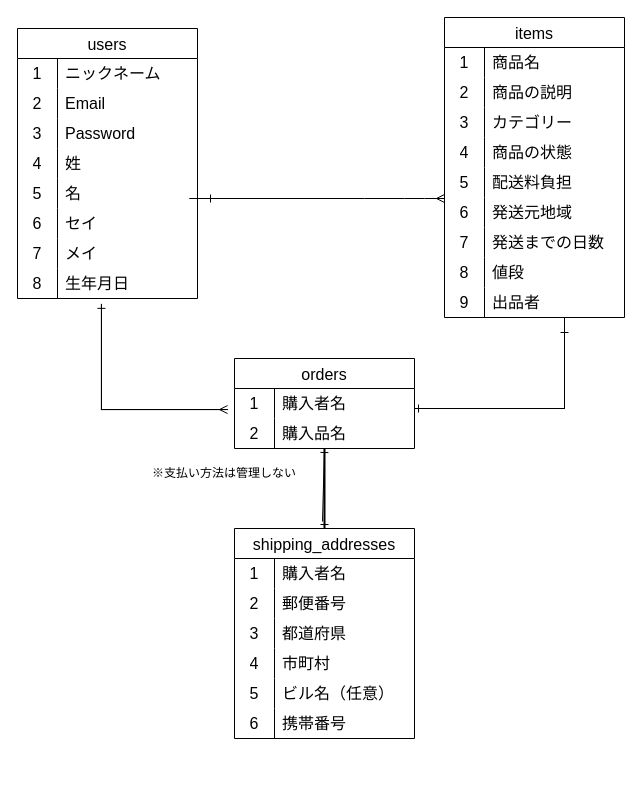
This is table.dio from MomonST/furima-42329, a draw.io file, before an edit. Source tidied: cells renumbered, new cells numbered last; positions are measured from the earlier drawing's top-left corner, leaving out a move shared by most shapes. Both pictures are drawn from the tidied source at 100%, with x=0, y=0 at pixel (17, 17).
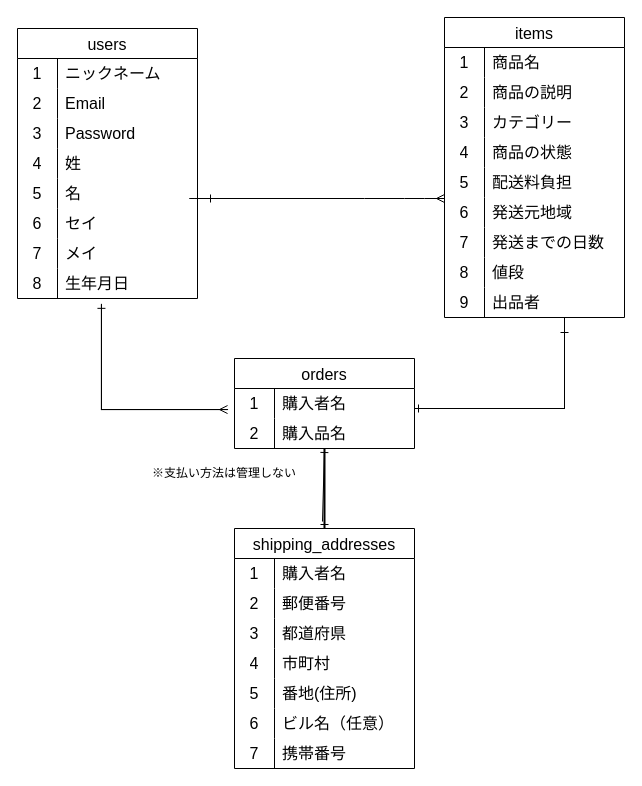
The same page after the edit.

Commit message (it also covers changes not shown here):
テーブル及びER図の修正(２)

The change refers to these unchanged cells:
```xml
<mxCell id="82" style="shape=tableRow;horizontal=0;startSize=0;swimlaneHead=0;swimlaneBody=0;top=0;left=0;bottom=0;right=0;fillColor=none;strokeColor=inherit;fontSize=16;" parent="69" vertex="1">
  <mxGeometry y="150" width="180" height="30" as="geometry" />
</mxCell>
<mxCell id="85" style="shape=tableRow;horizontal=0;startSize=0;swimlaneHead=0;swimlaneBody=0;top=0;left=0;bottom=0;right=0;fillColor=none;strokeColor=inherit;fontSize=16;" parent="69" vertex="1">
  <mxGeometry y="180" width="180" height="30" as="geometry" />
</mxCell>
```

Diff of the diagram source:
```diff
@@
     <mxCell id="69" value="shipping_addresses" style="shape=table;startSize=30;childLayout=tableLayout;rowLines=0;fontStyle=0;strokeColor=default;fontSize=16;" parent="1" vertex="1">
-      <mxGeometry x="217" y="511" width="180" height="210" as="geometry" />
+      <mxGeometry x="217" y="511" width="180" height="240" as="geometry" />
     </mxCell>
@@
-    <mxCell id="84" value="ビル名（任意）" style="shape=partialRectangle;html=1;whiteSpace=wrap;fillColor=none;top=0;left=0;bottom=0;right=0;align=left;spacingLeft=6;overflow=hidden;strokeColor=inherit;fontSize=16;" parent="82" vertex="1">
+    <mxCell id="84" value="番地(住所)" style="shape=partialRectangle;html=1;whiteSpace=wrap;fillColor=none;top=0;left=0;bottom=0;right=0;align=left;spacingLeft=6;overflow=hidden;strokeColor=inherit;fontSize=16;" parent="82" vertex="1">
       <mxGeometry x="40" width="140" height="30" as="geometry" />
     </mxCell>
@@
-    <mxCell id="87" value="携帯番号" style="shape=partialRectangle;html=1;whiteSpace=wrap;fillColor=none;top=0;left=0;bottom=0;right=0;align=left;spacingLeft=6;overflow=hidden;strokeColor=inherit;fontSize=16;" parent="85" vertex="1">
+    <mxCell id="87" value="&lt;span style=&quot;color: rgb(0, 0, 0);&quot;&gt;ビル名（任意）&lt;/span&gt;" style="shape=partialRectangle;html=1;whiteSpace=wrap;fillColor=none;top=0;left=0;bottom=0;right=0;align=left;spacingLeft=6;overflow=hidden;strokeColor=inherit;fontSize=16;" parent="85" vertex="1">
       <mxGeometry x="40" width="140" height="30" as="geometry" />
     </mxCell>
+    <mxCell id="93" style="shape=tableRow;horizontal=0;startSize=0;swimlaneHead=0;swimlaneBody=0;top=0;left=0;bottom=0;right=0;fillColor=none;strokeColor=inherit;fontSize=16;" parent="69" vertex="1">
+      <mxGeometry y="210" width="180" height="30" as="geometry" />
+    </mxCell>
+    <mxCell id="94" value="7" style="shape=partialRectangle;html=1;whiteSpace=wrap;fillColor=none;top=0;left=0;bottom=0;right=0;overflow=hidden;strokeColor=inherit;fontSize=16;" parent="93" vertex="1">
+      <mxGeometry width="40" height="30" as="geometry" />
+    </mxCell>
+    <mxCell id="95" value="携帯番号" style="shape=partialRectangle;html=1;whiteSpace=wrap;fillColor=none;top=0;left=0;bottom=0;right=0;align=left;spacingLeft=6;overflow=hidden;strokeColor=inherit;fontSize=16;" parent="93" vertex="1">
+      <mxGeometry x="40" width="140" height="30" as="geometry" />
+    </mxCell>
```
